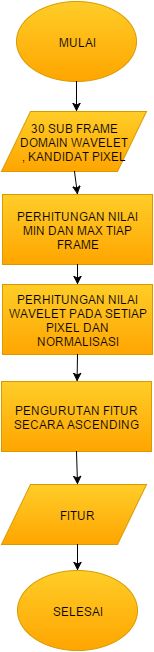
Above: source/ekstraksi fitur.png in hamdimuzakkiy/bukuTA (draw.io), before the change. Source tidied: cells renumbered, new cells last; positions are measured from the earlier drawing's top-left corner, leaving out a move shared by most shapes.
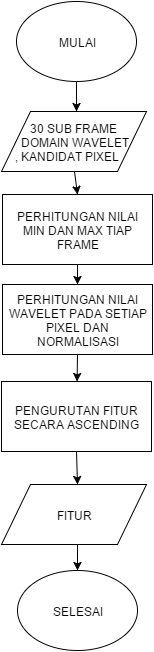
After the change.

Change to the diagram source:
```diff
@@ -2,53 +2,53 @@
   <root>
     <mxCell id="0" />
     <mxCell id="1" parent="0" />
-    <mxCell id="2" value="&lt;font style=&quot;font-size: 12px&quot;&gt;MULAI&lt;/font&gt;" style="ellipse;whiteSpace=wrap;html=1;plain-orange;" parent="1" vertex="1">
+    <mxCell id="2" value="&lt;font style=&quot;font-size: 12px&quot;&gt;MULAI&lt;/font&gt;" style="ellipse;whiteSpace=wrap;html=1;fillColor=#ffffff;strokeColor=#000000;" parent="1" vertex="1">
       <mxGeometry x="15" width="120" height="80" as="geometry" />
     </mxCell>
-    <mxCell id="3" style="endArrow=classic;html=1;entryX=0.5;entryY=0;" parent="1" edge="1">
+    <mxCell id="3" style="endArrow=classic;html=1;entryX=0.5;entryY=0;fillColor=#ffffff;strokeColor=#000000;" parent="1" edge="1">
       <mxGeometry relative="1" as="geometry">
         <mxPoint x="75" y="80" as="sourcePoint" />
         <mxPoint x="75" y="110" as="targetPoint" />
       </mxGeometry>
     </mxCell>
-    <mxCell id="4" value="&lt;font style=&quot;font-size: 12px&quot;&gt;PERHITUNGAN NILAI WAVELET PADA SETIAP PIXEL DAN NORMALISASI&lt;/font&gt;" style="text;html=1;align=center;verticalAlign=middle;whiteSpace=wrap;overflow=hidden;fontFamily=Helvetica;fontSize=12;fontColor=#000000;plain-orange;" parent="1" vertex="1">
+    <mxCell id="4" value="&lt;font style=&quot;font-size: 12px&quot;&gt;PERHITUNGAN NILAI WAVELET PADA SETIAP PIXEL DAN NORMALISASI&lt;/font&gt;" style="text;html=1;align=center;verticalAlign=middle;whiteSpace=wrap;overflow=hidden;fontFamily=Helvetica;fontSize=12;fontColor=#000000;fillColor=#ffffff;strokeColor=#000000;" parent="1" vertex="1">
       <mxGeometry x="1" y="283" width="150" height="70" as="geometry" />
     </mxCell>
-    <mxCell id="5" style="shape=parallelogram;whiteSpace=wrap;html=1;plain-orange;" parent="1" vertex="1">
+    <mxCell id="5" value="&lt;span&gt;30 SUB FRAME&amp;nbsp;&lt;/span&gt;&lt;div&gt;&lt;span&gt;DOMAIN WAVELET&lt;/span&gt;&lt;div&gt;, KANDIDAT PIXEL &amp;nbsp; &amp;nbsp;&amp;nbsp;&lt;/div&gt;&lt;/div&gt;" style="shape=parallelogram;whiteSpace=wrap;html=1;fillColor=#ffffff;strokeColor=#000000;" parent="1" vertex="1">
       <mxGeometry y="110" width="145" height="60" as="geometry" />
     </mxCell>
-    <mxCell id="6" value="&lt;span&gt;&lt;font style=&quot;font-size: 12px&quot;&gt;30 SUB FRAME DOMAIN WAVELET&lt;/font&gt;&lt;/span&gt;&lt;div&gt;&lt;span&gt;&lt;font style=&quot;font-size: 12px&quot;&gt;, KANDIDAT PIXEL&lt;/font&gt;&lt;/span&gt;&lt;/div&gt;" style="text;html=1;strokeColor=none;fillColor=none;align=center;verticalAlign=middle;whiteSpace=wrap;overflow=hidden;" parent="1" vertex="1">
-      <mxGeometry x="14" y="110" width="117" height="60" as="geometry" />
-    </mxCell>
-    <mxCell id="7" value="&lt;font style=&quot;font-size: 12px&quot;&gt;PERHITUNGAN NILAI MIN DAN MAX TIAP FRAME&lt;/font&gt;" style="text;html=1;align=center;verticalAlign=middle;whiteSpace=wrap;overflow=hidden;fontFamily=Helvetica;fontSize=12;fontColor=#000000;plain-orange;" parent="1" vertex="1">
+    <mxCell id="7" value="&lt;font style=&quot;font-size: 12px&quot;&gt;PERHITUNGAN NILAI MIN DAN MAX TIAP FRAME&lt;/font&gt;" style="text;html=1;align=center;verticalAlign=middle;whiteSpace=wrap;overflow=hidden;fontFamily=Helvetica;fontSize=12;fontColor=#000000;fillColor=#ffffff;strokeColor=#000000;" parent="1" vertex="1">
       <mxGeometry x="1" y="193" width="150" height="70" as="geometry" />
     </mxCell>
-    <mxCell id="8" style="endArrow=classic;html=1;exitX=0.5;exitY=1;entryX=0.5;entryY=0;" parent="1" edge="1" source="7" target="4">
+    <mxCell id="8" style="endArrow=classic;html=1;exitX=0.5;exitY=1;entryX=0.5;entryY=0;fillColor=#ffffff;strokeColor=#000000;" parent="1" edge="1" source="7" target="4">
       <mxGeometry relative="1" as="geometry" />
     </mxCell>
-    <mxCell id="9" style="shape=parallelogram;whiteSpace=wrap;html=1;plain-orange;" parent="1" vertex="1">
+    <mxCell id="9" value="&lt;span&gt;FITUR&lt;/span&gt;" style="shape=parallelogram;whiteSpace=wrap;html=1;fillColor=#ffffff;strokeColor=#000000;" parent="1" vertex="1">
       <mxGeometry y="483" width="145" height="60" as="geometry" />
     </mxCell>
-    <mxCell id="10" value="&lt;span&gt;&lt;font style=&quot;font-size: 12px&quot;&gt;FITUR&lt;/font&gt;&lt;/span&gt;" style="text;html=1;strokeColor=none;fillColor=none;align=center;verticalAlign=middle;whiteSpace=wrap;overflow=hidden;" parent="1" vertex="1">
-      <mxGeometry x="17" y="483" width="117" height="60" as="geometry" />
-    </mxCell>
-    <mxCell id="11" style="endArrow=classic;html=1;exitX=0.5;exitY=1;entryX=0.5;entryY=0;" parent="1" edge="1" source="6" target="7">
-      <mxGeometry relative="1" as="geometry" />
+    <mxCell id="11" style="endArrow=classic;html=1;exitX=0.5;exitY=1;entryX=0.5;entryY=0;fillColor=#ffffff;strokeColor=#000000;" parent="1" edge="1" target="7">
+      <mxGeometry relative="1" as="geometry">
+        <mxPoint x="73" y="170" as="sourcePoint" />
+      </mxGeometry>
     </mxCell>
-    <mxCell id="12" value="&lt;span style=&quot;line-height: 9.6px&quot;&gt;&lt;font style=&quot;font-size: 12px&quot;&gt;SELESAI&lt;/font&gt;&lt;/span&gt;" style="ellipse;whiteSpace=wrap;html=1;plain-orange;" parent="1" vertex="1">
+    <mxCell id="12" value="&lt;span style=&quot;line-height: 9.6px&quot;&gt;&lt;font style=&quot;font-size: 12px&quot;&gt;SELESAI&lt;/font&gt;&lt;/span&gt;" style="ellipse;whiteSpace=wrap;html=1;fillColor=#ffffff;strokeColor=#000000;" parent="1" vertex="1">
       <mxGeometry x="16" y="569" width="120" height="80" as="geometry" />
     </mxCell>
-    <mxCell id="13" style="endArrow=classic;html=1;exitX=0.5;exitY=1;entryX=0.5;entryY=0;" parent="1" edge="1" source="10" target="12">
-      <mxGeometry relative="1" as="geometry" />
+    <mxCell id="13" style="endArrow=classic;html=1;exitX=0.5;exitY=1;entryX=0.5;entryY=0;fillColor=#ffffff;strokeColor=#000000;" parent="1" edge="1" target="12">
+      <mxGeometry relative="1" as="geometry">
+        <mxPoint x="76" y="543" as="sourcePoint" />
+      </mxGeometry>
     </mxCell>
-    <mxCell id="14" value="&lt;span style=&quot;line-height: 9.6px&quot;&gt;&lt;font style=&quot;font-size: 12px&quot;&gt;PENGURUTAN FITUR SECARA ASCENDING&lt;/font&gt;&lt;/span&gt;" style="text;html=1;align=center;verticalAlign=middle;whiteSpace=wrap;overflow=hidden;fontFamily=Helvetica;fontSize=12;fontColor=#000000;plain-orange;" parent="1" vertex="1">
+    <mxCell id="14" value="&lt;span style=&quot;line-height: 9.6px&quot;&gt;&lt;font style=&quot;font-size: 12px&quot;&gt;PENGURUTAN FITUR SECARA ASCENDING&lt;/font&gt;&lt;/span&gt;" style="text;html=1;align=center;verticalAlign=middle;whiteSpace=wrap;overflow=hidden;fontFamily=Helvetica;fontSize=12;fontColor=#000000;fillColor=#ffffff;strokeColor=#000000;" parent="1" vertex="1">
       <mxGeometry y="380" width="150" height="70" as="geometry" />
     </mxCell>
-    <mxCell id="15" style="endArrow=classic;html=1;exitX=0.5;exitY=1;" parent="1" edge="1" source="4" target="14">
+    <mxCell id="15" style="endArrow=classic;html=1;exitX=0.5;exitY=1;fillColor=#ffffff;strokeColor=#000000;" parent="1" edge="1" source="4" target="14">
       <mxGeometry relative="1" as="geometry" />
     </mxCell>
-    <mxCell id="16" style="endArrow=classic;html=1;exitX=0.5;exitY=1;entryX=0.5;entryY=0;" parent="1" edge="1" source="14" target="10">
-      <mxGeometry relative="1" as="geometry" />
+    <mxCell id="16" style="endArrow=classic;html=1;exitX=0.5;exitY=1;entryX=0.5;entryY=0;fillColor=#ffffff;strokeColor=#000000;" parent="1" edge="1" source="14">
+      <mxGeometry relative="1" as="geometry">
+        <mxPoint x="76" y="483" as="targetPoint" />
+      </mxGeometry>
     </mxCell>
   </root>
 </mxGraphModel>
```
